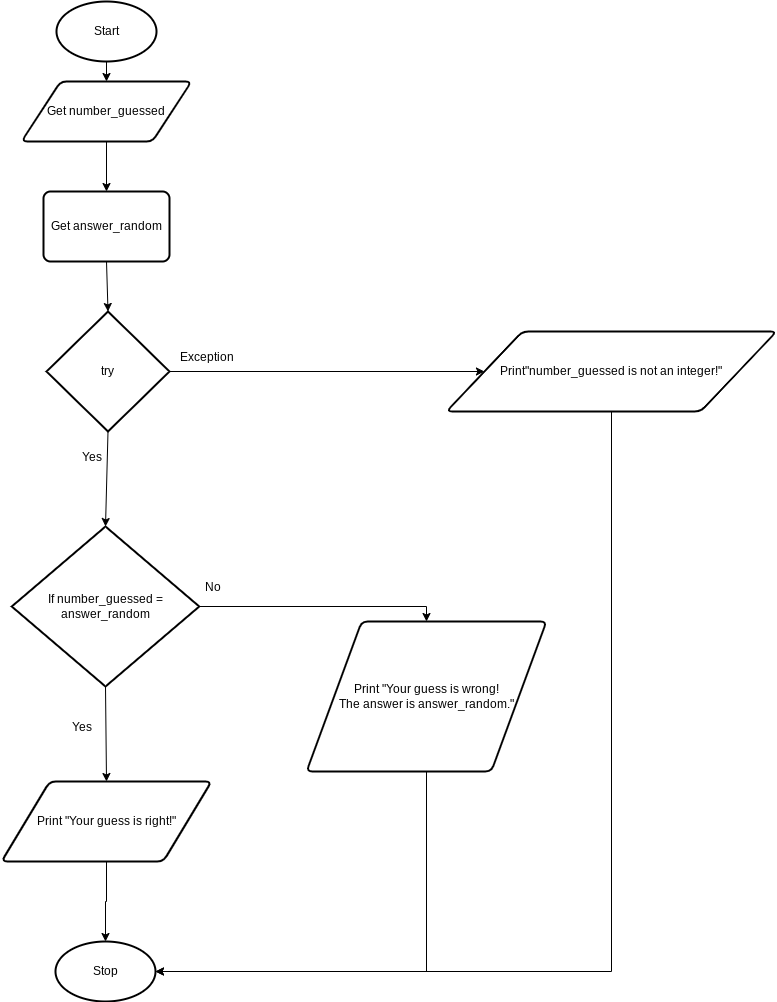
This is design.number_guess.flowchart.png from Yiyun-Qin/ICS3U-Unit3-06-Python, a draw.io export, as it was before one commit. Source tidied: cells renumbered, new cells last; positions are measured from the earlier drawing's top-left corner, leaving out a move shared by most shapes.
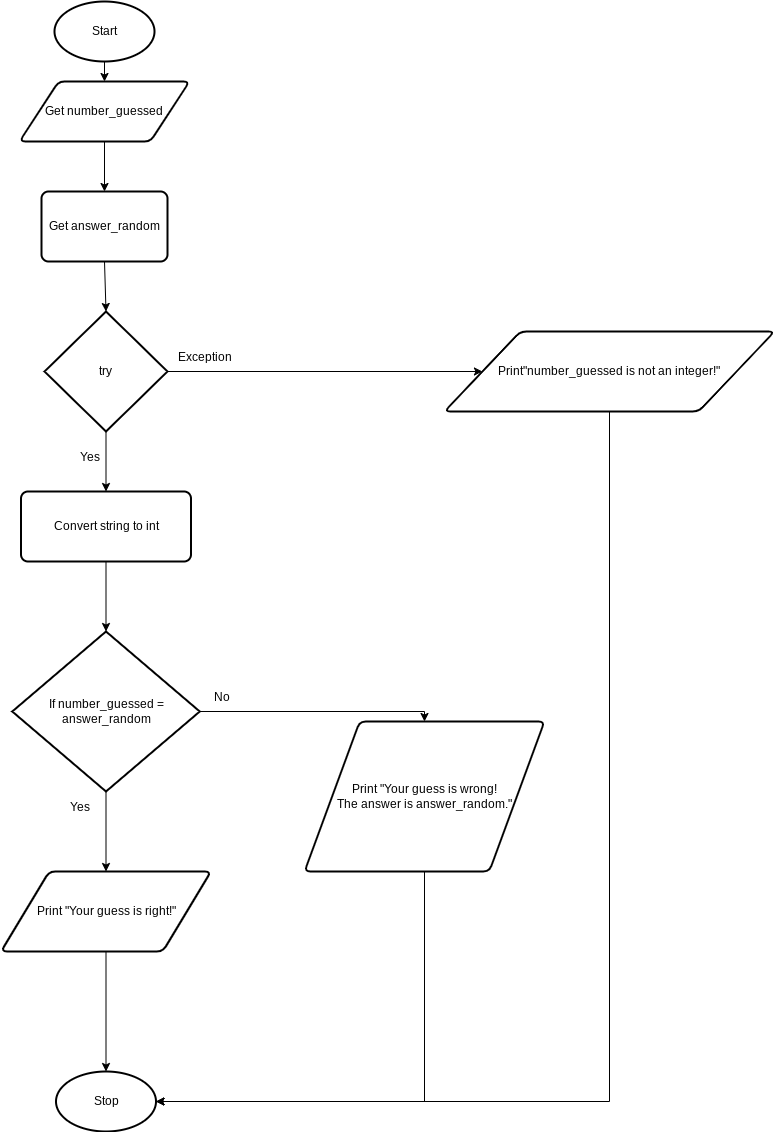
The same diagram one commit later.

Diff of the diagram source:
```diff
@@ -20,10 +20,10 @@
       <mxGeometry relative="1" as="geometry" />
     </mxCell>
     <mxCell id="7" value="Print &quot;Your guess is right!&quot;" style="shape=parallelogram;html=1;strokeWidth=2;perimeter=parallelogramPerimeter;whiteSpace=wrap;rounded=1;arcSize=12;size=0.23;" parent="1" vertex="1">
-      <mxGeometry y="780" width="210" height="80" as="geometry" />
+      <mxGeometry x="1.5" y="870" width="210" height="80" as="geometry" />
     </mxCell>
     <mxCell id="8" value="Stop" style="strokeWidth=2;html=1;shape=mxgraph.flowchart.start_1;whiteSpace=wrap;" parent="1" vertex="1">
-      <mxGeometry x="54" y="940" width="100" height="60" as="geometry" />
+      <mxGeometry x="56.5" y="1070" width="100" height="60" as="geometry" />
     </mxCell>
     <mxCell id="9" style="edgeStyle=none;html=1;exitX=0.5;exitY=1;exitDx=0;exitDy=0;exitPerimeter=0;entryX=0.5;entryY=0;entryDx=0;entryDy=0;" parent="1" edge="1" source="11" target="7">
       <mxGeometry relative="1" as="geometry" />
@@ -32,19 +32,19 @@
       <mxGeometry relative="1" as="geometry" />
     </mxCell>
     <mxCell id="11" value="If number_guessed = answer_random" style="strokeWidth=2;html=1;shape=mxgraph.flowchart.decision;whiteSpace=wrap;" parent="1" vertex="1">
-      <mxGeometry x="10.2" y="525" width="187.5" height="160" as="geometry" />
+      <mxGeometry x="12.8" y="630" width="187.5" height="160" as="geometry" />
     </mxCell>
     <mxCell id="12" value="Yes" style="text;strokeColor=none;fillColor=none;align=left;verticalAlign=middle;spacingLeft=4;spacingRight=4;overflow=hidden;" parent="1" vertex="1">
-      <mxGeometry x="65" y="710" width="37.5" height="30" as="geometry" />
+      <mxGeometry x="65" y="790" width="37.5" height="30" as="geometry" />
     </mxCell>
     <mxCell id="13" style="edgeStyle=orthogonalEdgeStyle;rounded=0;html=1;exitX=0.5;exitY=1;exitDx=0;exitDy=0;entryX=1;entryY=0.5;entryDx=0;entryDy=0;entryPerimeter=0;" parent="1" edge="1" source="14" target="8">
       <mxGeometry relative="1" as="geometry" />
     </mxCell>
     <mxCell id="14" value="Print &quot;Your guess is wrong!&lt;br&gt;The answer is answer_random.&quot;" style="shape=parallelogram;html=1;strokeWidth=2;perimeter=parallelogramPerimeter;whiteSpace=wrap;rounded=1;arcSize=12;size=0.23;" parent="1" vertex="1">
-      <mxGeometry x="305" y="620" width="240" height="150" as="geometry" />
+      <mxGeometry x="305" y="720" width="240" height="150" as="geometry" />
     </mxCell>
     <mxCell id="15" value="No" style="text;strokeColor=none;fillColor=none;align=left;verticalAlign=middle;spacingLeft=4;spacingRight=4;overflow=hidden;" parent="1" vertex="1">
-      <mxGeometry x="197.8" y="570" width="80" height="30" as="geometry" />
+      <mxGeometry x="209" y="680" width="80" height="30" as="geometry" />
     </mxCell>
     <mxCell id="16" style="edgeStyle=none;html=1;exitX=0.5;exitY=1;exitDx=0;exitDy=0;entryX=0.5;entryY=0;entryDx=0;entryDy=0;entryPerimeter=0;" parent="1" edge="1" source="17" target="20">
       <mxGeometry relative="1" as="geometry" />
@@ -52,12 +52,12 @@
     <mxCell id="17" value="Get answer_random" style="rounded=1;whiteSpace=wrap;html=1;absoluteArcSize=1;arcSize=14;strokeWidth=2;" parent="1" vertex="1">
       <mxGeometry x="42" y="190" width="126" height="70" as="geometry" />
     </mxCell>
-    <mxCell id="18" style="edgeStyle=none;html=1;exitX=0.5;exitY=1;exitDx=0;exitDy=0;exitPerimeter=0;entryX=0.5;entryY=0;entryDx=0;entryDy=0;entryPerimeter=0;" parent="1" edge="1" source="20" target="11">
-      <mxGeometry relative="1" as="geometry" />
-    </mxCell>
     <mxCell id="19" style="edgeStyle=none;html=1;exitX=1;exitY=0.5;exitDx=0;exitDy=0;exitPerimeter=0;entryX=0;entryY=0.5;entryDx=0;entryDy=0;" parent="1" edge="1" source="20" target="24">
       <mxGeometry relative="1" as="geometry" />
     </mxCell>
+    <mxCell id="25" style="edgeStyle=none;html=1;exitX=0.5;exitY=1;exitDx=0;exitDy=0;exitPerimeter=0;entryX=0.5;entryY=0;entryDx=0;entryDy=0;" parent="1" edge="1" source="20" target="27">
+      <mxGeometry relative="1" as="geometry" />
+    </mxCell>
     <mxCell id="20" value="try" style="strokeWidth=2;html=1;shape=mxgraph.flowchart.decision;whiteSpace=wrap;" parent="1" vertex="1">
       <mxGeometry x="45" y="310" width="123" height="120" as="geometry" />
     </mxCell>
@@ -73,5 +73,11 @@
     <mxCell id="24" value="Print&quot;number_guessed is not an integer!&quot;" style="shape=parallelogram;html=1;strokeWidth=2;perimeter=parallelogramPerimeter;whiteSpace=wrap;rounded=1;arcSize=12;size=0.23;" parent="1" vertex="1">
       <mxGeometry x="445" y="330" width="330" height="80" as="geometry" />
     </mxCell>
+    <mxCell id="26" style="edgeStyle=none;html=1;exitX=0.5;exitY=1;exitDx=0;exitDy=0;entryX=0.5;entryY=0;entryDx=0;entryDy=0;entryPerimeter=0;" parent="1" edge="1" source="27" target="11">
+      <mxGeometry relative="1" as="geometry" />
+    </mxCell>
+    <mxCell id="27" value="Convert string to int" style="rounded=1;whiteSpace=wrap;html=1;absoluteArcSize=1;arcSize=14;strokeWidth=2;" parent="1" vertex="1">
+      <mxGeometry x="21.5" y="490" width="170" height="70" as="geometry" />
+    </mxCell>
   </root>
 </mxGraphModel>
```
